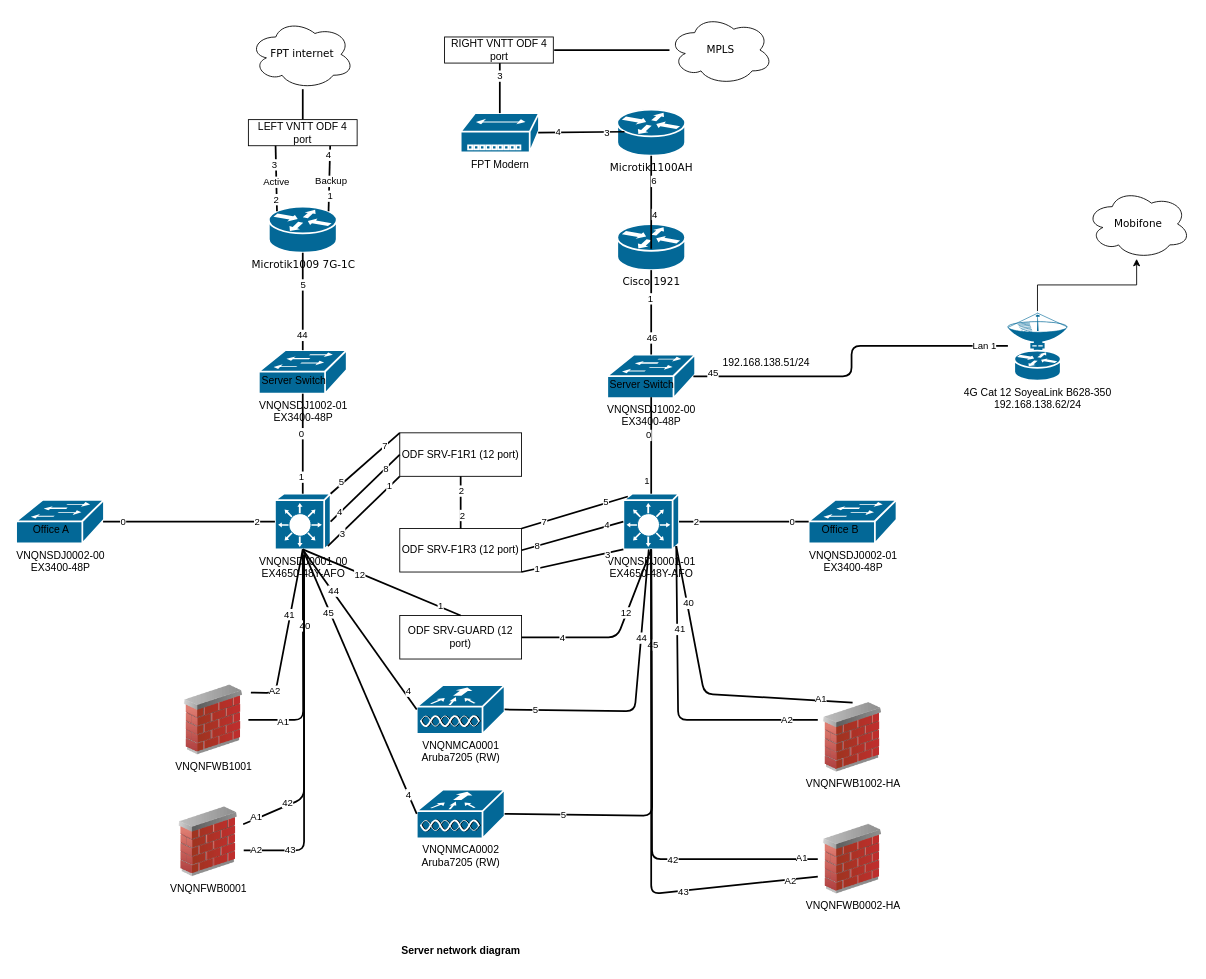
Earlier version of the draw.io diagram page "Server room" (2 of 5) of Untitled Diagram.drawio (zalai/demo). Source tidied: cells renumbered, new cells numbered last; positions are measured from the earlier drawing's top-left corner, leaving out a move shared by most shapes. Both pictures are drawn from the tidied source at 87%, with x=0, y=0 at pixel (16, 15).
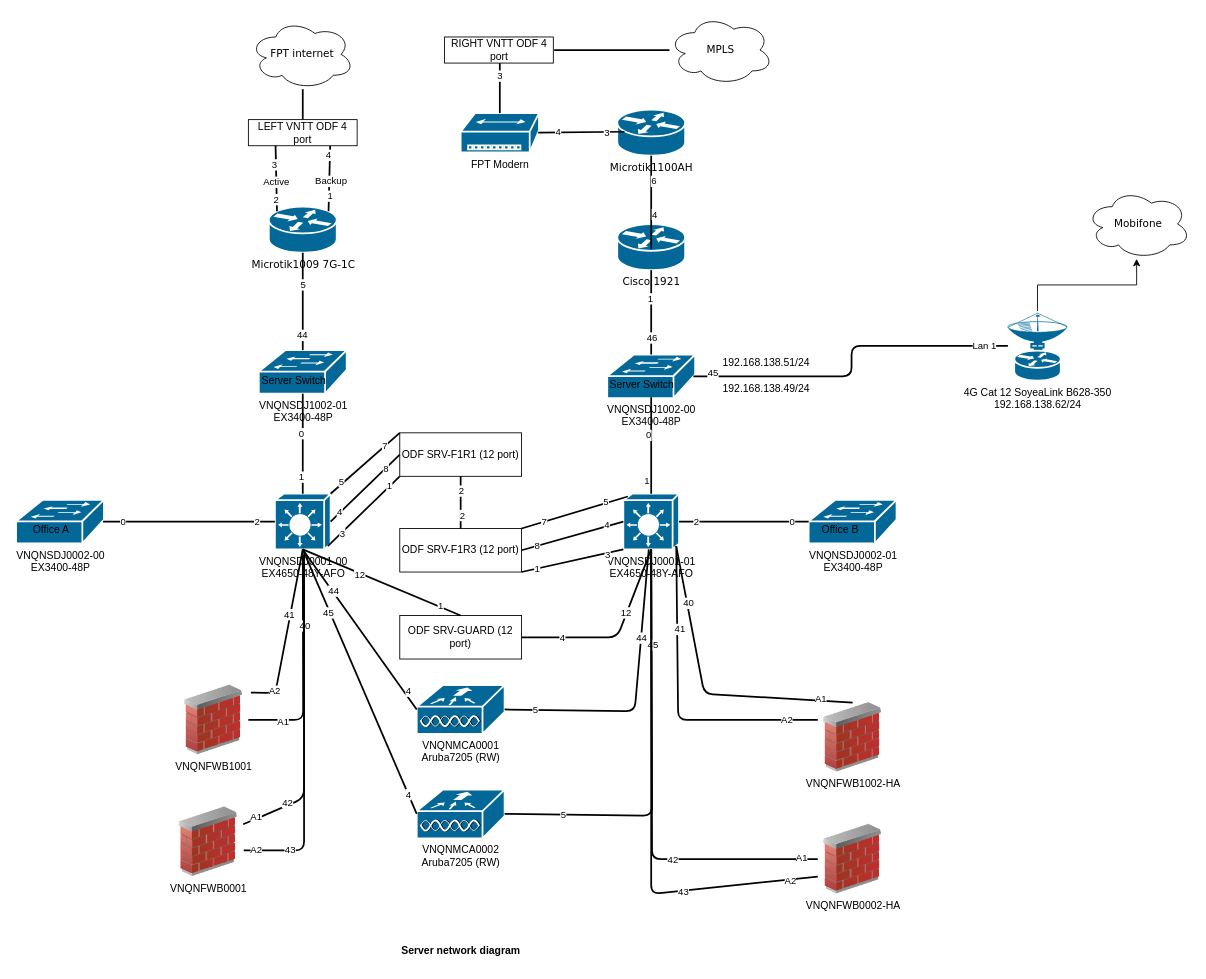
After the change.

The edit, as a diff of the source:
```diff
@@
+    <mxCell id="136" value="192.168.138.49/24" style="text;html=1;align=center;verticalAlign=middle;strokeColor=none;fillColor=none;" parent="1" vertex="1">
+      <mxGeometry x="801.5" y="415" width="120" height="30" as="geometry" />
+    </mxCell>
```
